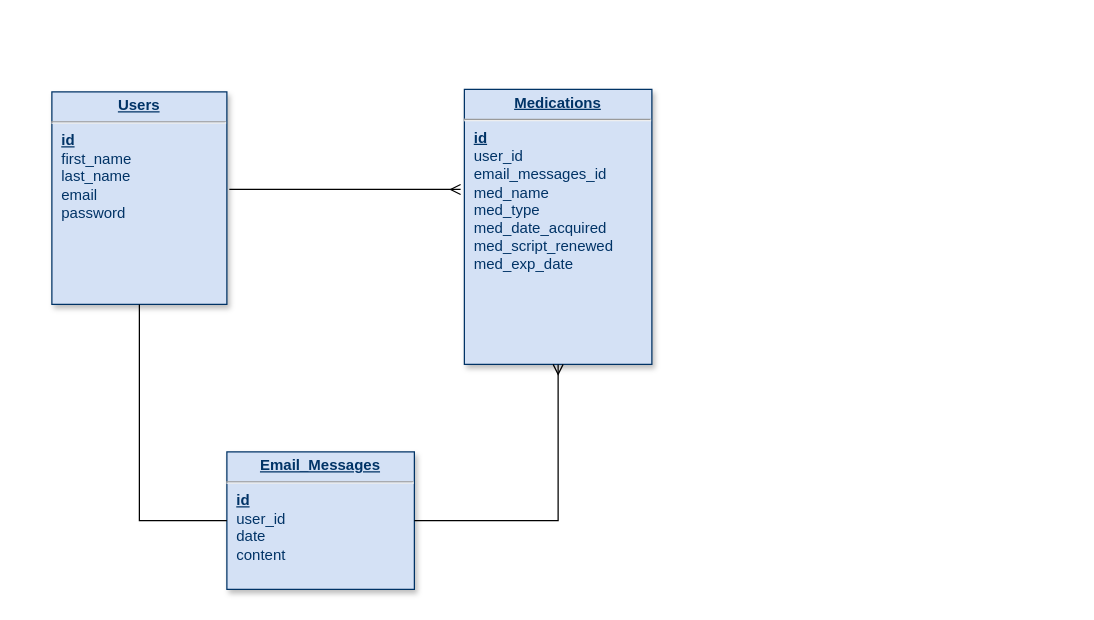
bernardjbs/Medic-Manager keeps this draw.io diagram as public/assets/ERD/ERD.drawio. Above is the earlier version. Source tidied: cells renumbered, new cells numbered last; positions are measured from the earlier drawing's top-left corner, leaving out a move shared by most shapes. Both pictures are drawn from the tidied source at 125%, with x=0, y=0 at pixel (51, 89).
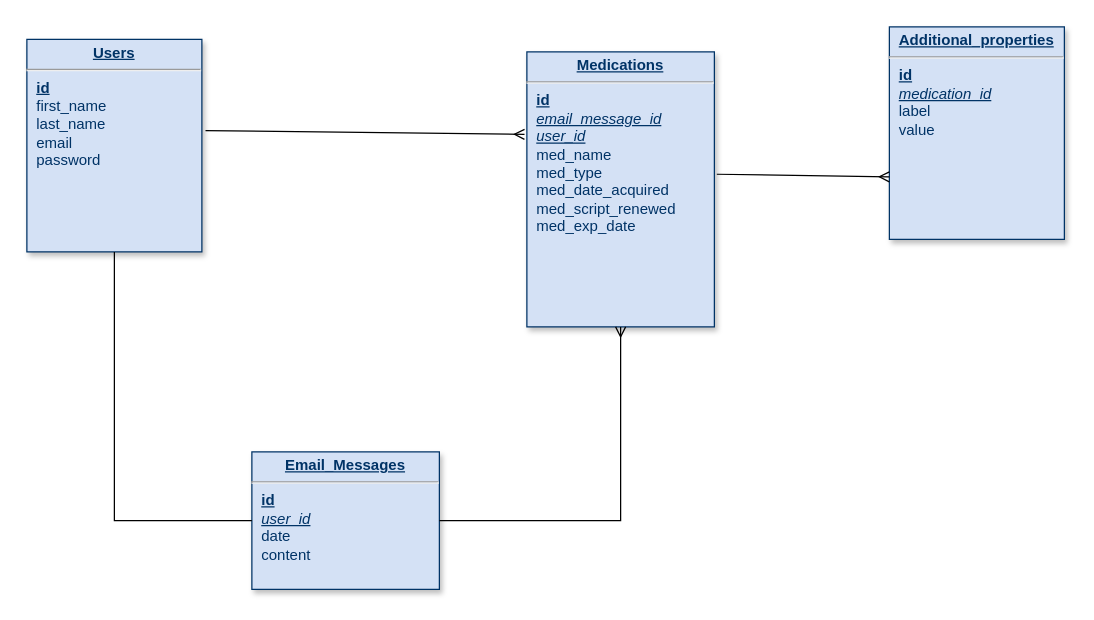
Above is the later version.

Change to the diagram source:
```diff
@@
 <mxGraphModel>
   <root>
     <mxCell id="0" />
     <mxCell id="1" parent="0" />
     <mxCell id="2" value="&lt;p style=&quot;margin: 0px ; margin-top: 4px ; text-align: center ; text-decoration: underline&quot;&gt;&lt;strong&gt;Users&lt;/strong&gt;&lt;/p&gt;&lt;hr&gt;&lt;p style=&quot;margin: 0px ; margin-left: 8px&quot;&gt;&lt;u&gt;&lt;b&gt;id&lt;/b&gt;&lt;/u&gt;&lt;/p&gt;&lt;p style=&quot;margin: 0px ; margin-left: 8px&quot;&gt;&lt;span style=&quot;background-color: initial;&quot;&gt;first_name&lt;/span&gt;&lt;br&gt;&lt;/p&gt;&lt;p style=&quot;margin: 0px ; margin-left: 8px&quot;&gt;&lt;span style=&quot;background-color: initial;&quot;&gt;last_name&lt;/span&gt;&lt;/p&gt;&lt;p style=&quot;margin: 0px ; margin-left: 8px&quot;&gt;email&lt;span style=&quot;background-color: initial;&quot;&gt;&lt;br&gt;&lt;/span&gt;&lt;/p&gt;&lt;p style=&quot;margin: 0px ; margin-left: 8px&quot;&gt;password&lt;br&gt;&lt;/p&gt;" style="verticalAlign=top;align=left;overflow=fill;fontSize=12;fontFamily=Helvetica;html=1;strokeColor=#003366;shadow=1;fillColor=#D4E1F5;fontColor=#003366;" parent="1" vertex="1">
-      <mxGeometry y="2" width="140" height="170" as="geometry" />
+      <mxGeometry x="-20" y="-40" width="140" height="170" as="geometry" />
     </mxCell>
-    <mxCell id="3" value="&lt;p style=&quot;margin: 0px ; margin-top: 4px ; text-align: center ; text-decoration: underline&quot;&gt;&lt;strong&gt;Medications&lt;/strong&gt;&lt;/p&gt;&lt;hr&gt;&lt;p style=&quot;margin: 0px ; margin-left: 8px&quot;&gt;&lt;u&gt;&lt;b&gt;id&lt;/b&gt;&lt;/u&gt;&lt;/p&gt;&lt;p style=&quot;margin: 0px ; margin-left: 8px&quot;&gt;user_id&lt;/p&gt;&lt;p style=&quot;margin: 0px ; margin-left: 8px&quot;&gt;email_messages_id&lt;/p&gt;&lt;p style=&quot;margin: 0px ; margin-left: 8px&quot;&gt;med_name&lt;/p&gt;&lt;p style=&quot;margin: 0px ; margin-left: 8px&quot;&gt;med_type&lt;/p&gt;&lt;p style=&quot;margin: 0px ; margin-left: 8px&quot;&gt;med_date_acquired&lt;/p&gt;&lt;p style=&quot;margin: 0px ; margin-left: 8px&quot;&gt;med_script_renewed&lt;/p&gt;&lt;p style=&quot;margin: 0px ; margin-left: 8px&quot;&gt;med_exp_date&lt;/p&gt;" style="verticalAlign=top;align=left;overflow=fill;fontSize=12;fontFamily=Helvetica;html=1;strokeColor=#003366;shadow=1;fillColor=#D4E1F5;fontColor=#003366;" parent="1" vertex="1">
-      <mxGeometry x="330" width="150" height="220" as="geometry" />
+    <mxCell id="3" value="&lt;p style=&quot;margin: 0px ; margin-top: 4px ; text-align: center ; text-decoration: underline&quot;&gt;&lt;strong&gt;Medications&lt;/strong&gt;&lt;/p&gt;&lt;hr&gt;&lt;p style=&quot;margin: 0px ; margin-left: 8px&quot;&gt;&lt;u&gt;&lt;b&gt;id&lt;/b&gt;&lt;/u&gt;&lt;/p&gt;&lt;p style=&quot;margin: 0px ; margin-left: 8px&quot;&gt;&lt;span style=&quot;background-color: initial;&quot;&gt;&lt;i&gt;&lt;u&gt;email_message_id&lt;/u&gt;&lt;/i&gt;&lt;/span&gt;&lt;br&gt;&lt;/p&gt;&lt;p style=&quot;margin: 0px ; margin-left: 8px&quot;&gt;&lt;span style=&quot;background-color: initial;&quot;&gt;&lt;i&gt;&lt;u&gt;user_id&lt;/u&gt;&lt;/i&gt;&lt;/span&gt;&lt;/p&gt;&lt;p style=&quot;margin: 0px ; margin-left: 8px&quot;&gt;med_name&lt;/p&gt;&lt;p style=&quot;margin: 0px ; margin-left: 8px&quot;&gt;med_type&lt;/p&gt;&lt;p style=&quot;margin: 0px ; margin-left: 8px&quot;&gt;med_date_acquired&lt;/p&gt;&lt;p style=&quot;margin: 0px ; margin-left: 8px&quot;&gt;med_script_renewed&lt;/p&gt;&lt;p style=&quot;margin: 0px ; margin-left: 8px&quot;&gt;med_exp_date&lt;/p&gt;" style="verticalAlign=top;align=left;overflow=fill;fontSize=12;fontFamily=Helvetica;html=1;strokeColor=#003366;shadow=1;fillColor=#D4E1F5;fontColor=#003366;" parent="1" vertex="1">
+      <mxGeometry x="380" y="-30" width="150" height="220" as="geometry" />
     </mxCell>
-    <mxCell id="4" value="&lt;p style=&quot;margin: 0px ; margin-top: 4px ; text-align: center ; text-decoration: underline&quot;&gt;&lt;strong&gt;Email_Messages&lt;/strong&gt;&lt;/p&gt;&lt;hr&gt;&lt;p style=&quot;margin: 0px ; margin-left: 8px&quot;&gt;&lt;u&gt;&lt;b&gt;id&lt;/b&gt;&lt;/u&gt;&lt;/p&gt;&lt;p style=&quot;margin: 0px ; margin-left: 8px&quot;&gt;user_id&lt;/p&gt;&lt;p style=&quot;margin: 0px ; margin-left: 8px&quot;&gt;date&lt;/p&gt;&lt;p style=&quot;margin: 0px ; margin-left: 8px&quot;&gt;content&lt;/p&gt;" style="verticalAlign=top;align=left;overflow=fill;fontSize=12;fontFamily=Helvetica;html=1;strokeColor=#003366;shadow=1;fillColor=#D4E1F5;fontColor=#003366;" parent="1" vertex="1">
-      <mxGeometry x="140" y="290" width="150" height="110" as="geometry" />
+    <mxCell id="4" value="&lt;p style=&quot;margin: 0px ; margin-top: 4px ; text-align: center ; text-decoration: underline&quot;&gt;&lt;strong&gt;Email_Messages&lt;/strong&gt;&lt;/p&gt;&lt;hr&gt;&lt;p style=&quot;margin: 0px ; margin-left: 8px&quot;&gt;&lt;u&gt;&lt;b&gt;id&lt;/b&gt;&lt;/u&gt;&lt;/p&gt;&lt;p style=&quot;margin: 0px ; margin-left: 8px&quot;&gt;&lt;i&gt;&lt;u&gt;user_id&lt;/u&gt;&lt;/i&gt;&lt;/p&gt;&lt;p style=&quot;margin: 0px ; margin-left: 8px&quot;&gt;date&lt;/p&gt;&lt;p style=&quot;margin: 0px ; margin-left: 8px&quot;&gt;content&lt;/p&gt;" style="verticalAlign=top;align=left;overflow=fill;fontSize=12;fontFamily=Helvetica;html=1;strokeColor=#003366;shadow=1;fillColor=#D4E1F5;fontColor=#003366;" parent="1" vertex="1">
+      <mxGeometry x="160" y="290" width="150" height="110" as="geometry" />
     </mxCell>
-    <mxCell id="5" style="endArrow=ERmany;html=1;rounded=0;exitX=1.014;exitY=0.459;exitDx=0;exitDy=0;endFill=0;entryX=-0.02;entryY=0.364;entryDx=0;entryDy=0;exitPerimeter=0;entryPerimeter=0;" parent="1" edge="1" source="2" target="3">
-      <mxGeometry relative="1" as="geometry" />
+    <mxCell id="5" style="endArrow=ERmany;html=1;rounded=0;endFill=0;exitX=1.021;exitY=0.441;exitDx=0;exitDy=0;exitPerimeter=0;entryX=-0.013;entryY=0.309;entryDx=0;entryDy=0;entryPerimeter=0;" parent="1" edge="1">
+      <mxGeometry relative="1" as="geometry">
+        <mxPoint x="122.9" y="33" as="sourcePoint" />
+        <mxPoint x="378.1" y="36" as="targetPoint" />
+      </mxGeometry>
     </mxCell>
     <mxCell id="6" style="endArrow=ERmany;html=1;rounded=0;exitX=1;exitY=0.5;exitDx=0;exitDy=0;endFill=0;entryX=0.5;entryY=1;entryDx=0;entryDy=0;" parent="1" edge="1" source="4" target="3">
       <mxGeometry relative="1" as="geometry">
         <Array as="points">
-          <mxPoint x="405" y="345" />
+          <mxPoint x="455" y="345" />
         </Array>
       </mxGeometry>
     </mxCell>
     <mxCell id="7" style="endArrow=none;html=1;rounded=0;exitX=0;exitY=0.5;exitDx=0;exitDy=0;endFill=0;entryX=0.5;entryY=1;entryDx=0;entryDy=0;" parent="1" edge="1" source="4" target="2">
       <mxGeometry relative="1" as="geometry">
         <Array as="points">
-          <mxPoint x="70" y="345" />
+          <mxPoint x="50" y="345" />
         </Array>
       </mxGeometry>
     </mxCell>
+    <mxCell id="8" value="&lt;p style=&quot;margin: 0px ; margin-top: 4px ; text-align: center ; text-decoration: underline&quot;&gt;&lt;strong&gt;Additional_properties&lt;/strong&gt;&lt;/p&gt;&lt;hr&gt;&lt;p style=&quot;margin: 0px ; margin-left: 8px&quot;&gt;&lt;u&gt;&lt;b&gt;id&lt;/b&gt;&lt;/u&gt;&lt;/p&gt;&lt;p style=&quot;margin: 0px ; margin-left: 8px&quot;&gt;&lt;span style=&quot;background-color: initial;&quot;&gt;&lt;i&gt;&lt;u&gt;medication_id&lt;/u&gt;&lt;/i&gt;&lt;/span&gt;&lt;/p&gt;&lt;p style=&quot;margin: 0px ; margin-left: 8px&quot;&gt;label&lt;/p&gt;&lt;p style=&quot;margin: 0px ; margin-left: 8px&quot;&gt;value&lt;/p&gt;" style="verticalAlign=top;align=left;overflow=fill;fontSize=12;fontFamily=Helvetica;html=1;strokeColor=#003366;shadow=1;fillColor=#D4E1F5;fontColor=#003366;" parent="1" vertex="1">
+      <mxGeometry x="670" y="-50" width="140" height="170" as="geometry" />
+    </mxCell>
+    <mxCell id="9" style="endArrow=ERmany;html=1;rounded=0;endFill=0;exitX=1.013;exitY=0.445;exitDx=0;exitDy=0;exitPerimeter=0;entryX=0;entryY=0.706;entryDx=0;entryDy=0;entryPerimeter=0;" parent="1" edge="1" source="3" target="8">
+      <mxGeometry relative="1" as="geometry" />
+    </mxCell>
   </root>
 </mxGraphModel>
```
